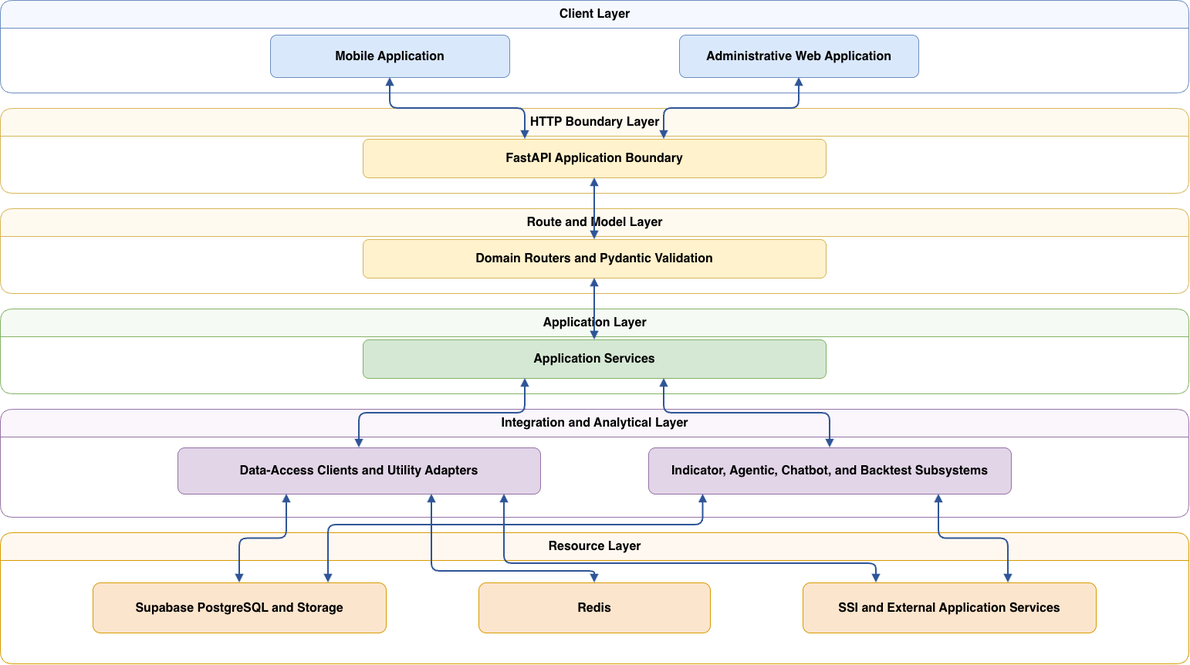
Earlier version of the draw.io export report/figures/chapter4/stockrium_backend_layered_design.png (lqhuy04/Thesis-22125031-22125035). Source tidied: cells renumbered, new cells last; positions are measured from the earlier drawing's top-left corner, leaving out a move shared by most shapes.
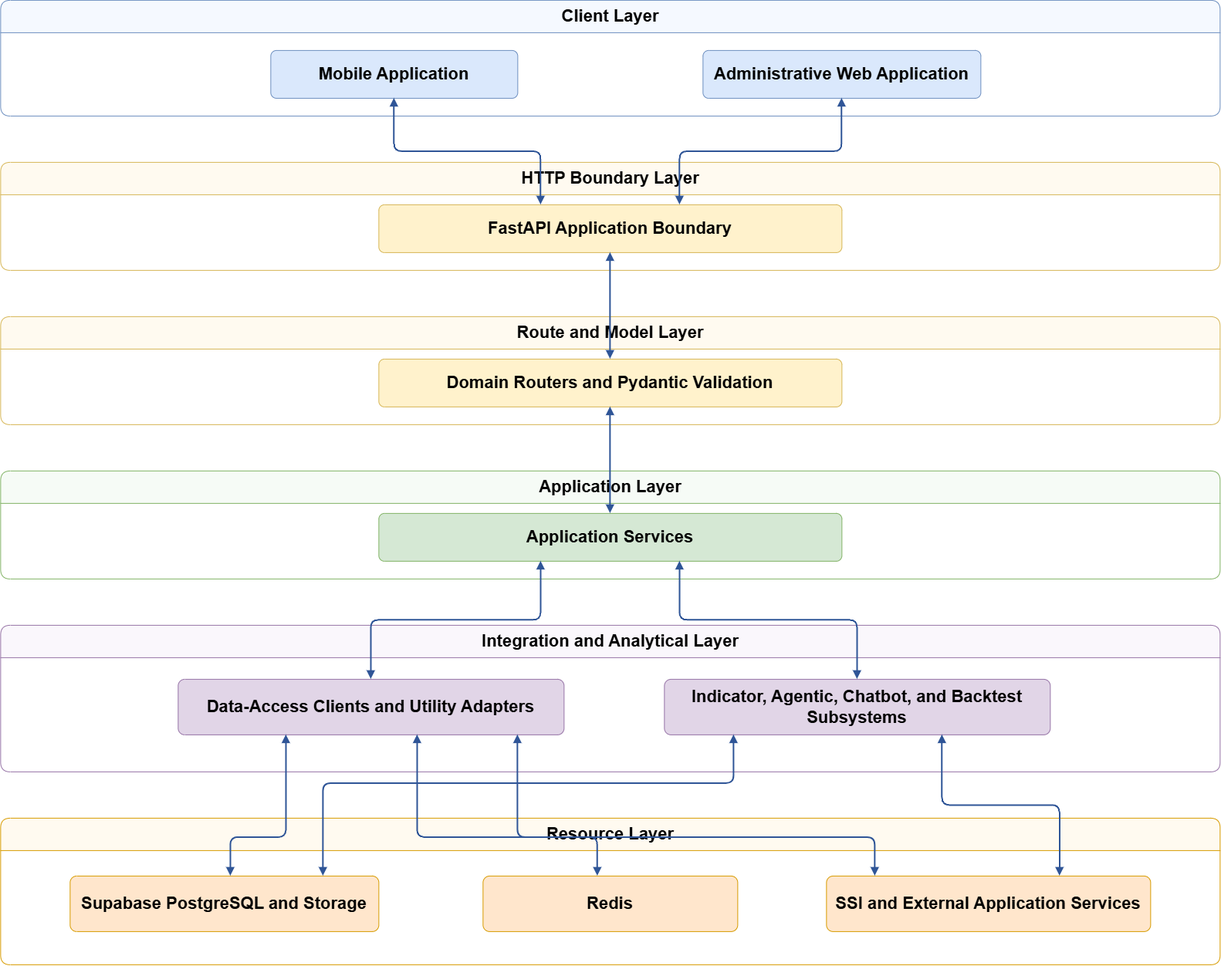
Above is the later version.

The edit, as a diff of the source:
```diff
@@ -2,101 +2,105 @@
   <root>
     <mxCell id="0" />
     <mxCell id="1" parent="0" />
-    <mxCell id="2" value="Client Layer" style="swimlane;html=1;rounded=1;startSize=36;horizontal=1;fillColor=#f5f9ff;strokeColor=#6c8ebf;fontStyle=1;fontSize=16;" parent="1" vertex="1">
-      <mxGeometry width="1540" height="120" as="geometry" />
+    <mxCell id="2" value="Client Layer" style="swimlane;html=1;rounded=1;startSize=42;horizontal=1;fillColor=#f5f9ff;swimlaneFillColor=#ffffff;strokeColor=#6c8ebf;fontStyle=1;fontSize=22;arcSize=10;" parent="1" vertex="1">
+      <mxGeometry x="-20" y="-20" width="1580" height="150" as="geometry" />
     </mxCell>
-    <mxCell id="3" value="HTTP Boundary Layer" style="swimlane;html=1;rounded=1;startSize=36;horizontal=1;fillColor=#fffaf0;strokeColor=#d6b656;fontStyle=1;fontSize=16;" parent="1" vertex="1">
-      <mxGeometry y="140" width="1540" height="110" as="geometry" />
+    <mxCell id="3" value="HTTP Boundary Layer" style="swimlane;html=1;rounded=1;startSize=42;horizontal=1;fillColor=#fffaf0;swimlaneFillColor=#ffffff;strokeColor=#d6b656;fontStyle=1;fontSize=22;arcSize=10;" parent="1" vertex="1">
+      <mxGeometry x="-20" y="190" width="1580" height="140" as="geometry" />
     </mxCell>
-    <mxCell id="4" value="Route and Model Layer" style="swimlane;html=1;rounded=1;startSize=36;horizontal=1;fillColor=#fffaf0;strokeColor=#d6b656;fontStyle=1;fontSize=16;" parent="1" vertex="1">
-      <mxGeometry y="270" width="1540" height="110" as="geometry" />
+    <mxCell id="4" value="Route and Model Layer" style="swimlane;html=1;rounded=1;startSize=42;horizontal=1;fillColor=#fffaf0;swimlaneFillColor=#ffffff;strokeColor=#d6b656;fontStyle=1;fontSize=22;arcSize=10;" parent="1" vertex="1">
+      <mxGeometry x="-20" y="390" width="1580" height="140" as="geometry" />
     </mxCell>
-    <mxCell id="5" value="Application Layer" style="swimlane;html=1;rounded=1;startSize=36;horizontal=1;fillColor=#f5fbf4;strokeColor=#82b366;fontStyle=1;fontSize=16;" parent="1" vertex="1">
-      <mxGeometry y="400" width="1540" height="110" as="geometry" />
+    <mxCell id="5" value="Application Layer" style="swimlane;html=1;rounded=1;startSize=42;horizontal=1;fillColor=#f6fbf6;swimlaneFillColor=#ffffff;strokeColor=#82b366;fontStyle=1;fontSize=22;arcSize=10;" parent="1" vertex="1">
+      <mxGeometry x="-20" y="590" width="1580" height="140" as="geometry" />
     </mxCell>
-    <mxCell id="6" value="Integration and Analytical Layer" style="swimlane;html=1;rounded=1;startSize=36;horizontal=1;fillColor=#faf6fc;strokeColor=#9673a6;fontStyle=1;fontSize=16;" parent="1" vertex="1">
-      <mxGeometry y="530" width="1540" height="140" as="geometry" />
+    <mxCell id="6" value="Integration and Analytical Layer" style="swimlane;html=1;rounded=1;startSize=42;horizontal=1;fillColor=#faf7fc;swimlaneFillColor=#ffffff;strokeColor=#9673a6;fontStyle=1;fontSize=22;arcSize=10;" parent="1" vertex="1">
+      <mxGeometry x="-20" y="790" width="1580" height="190" as="geometry" />
     </mxCell>
-    <mxCell id="7" value="Resource Layer" style="swimlane;html=1;rounded=1;startSize=36;horizontal=1;fillColor=#fff8f0;strokeColor=#d79b00;fontStyle=1;fontSize=16;" parent="1" vertex="1">
-      <mxGeometry y="690" width="1540" height="170" as="geometry" />
+    <mxCell id="7" value="Resource Layer" style="swimlane;html=1;rounded=1;startSize=42;horizontal=1;fillColor=#fffaf0;swimlaneFillColor=#ffffff;strokeColor=#d79b00;fontStyle=1;fontSize=22;arcSize=10;" parent="1" vertex="1">
+      <mxGeometry x="-20" y="1040" width="1580" height="190" as="geometry" />
     </mxCell>
-    <mxCell id="8" value="&lt;b&gt;Mobile Application&lt;/b&gt;" style="rounded=1;whiteSpace=wrap;html=1;fillColor=#dae8fc;strokeColor=#6c8ebf;fontSize=16;" parent="1" vertex="1">
-      <mxGeometry x="350" y="45" width="310" height="55" as="geometry" />
+    <mxCell id="8" value="Mobile Application" style="rounded=1;whiteSpace=wrap;html=1;fillColor=#dae8fc;strokeColor=#6c8ebf;fontSize=22;spacing=10;fontStyle=1;arcSize=12;" parent="1" vertex="1">
+      <mxGeometry x="330" y="45" width="320" height="62" as="geometry" />
     </mxCell>
-    <mxCell id="9" value="&lt;b&gt;Administrative Web Application&lt;/b&gt;" style="rounded=1;whiteSpace=wrap;html=1;fillColor=#dae8fc;strokeColor=#6c8ebf;fontSize=16;" parent="1" vertex="1">
-      <mxGeometry x="880" y="45" width="310" height="55" as="geometry" />
+    <mxCell id="9" value="Administrative Web Application" style="rounded=1;whiteSpace=wrap;html=1;fillColor=#dae8fc;strokeColor=#6c8ebf;fontSize=22;spacing=10;fontStyle=1;arcSize=12;" parent="1" vertex="1">
+      <mxGeometry x="890" y="45" width="360" height="62" as="geometry" />
     </mxCell>
-    <mxCell id="10" value="&lt;b&gt;FastAPI Application Boundary&lt;/b&gt;" style="rounded=1;whiteSpace=wrap;html=1;fillColor=#fff2cc;strokeColor=#d6b656;fontSize=16;" parent="1" vertex="1">
-      <mxGeometry x="470" y="180" width="600" height="50" as="geometry" />
+    <mxCell id="10" value="FastAPI Application Boundary" style="rounded=1;whiteSpace=wrap;html=1;fillColor=#fff2cc;strokeColor=#d6b656;fontSize=22;spacing=10;fontStyle=1;arcSize=12;" parent="1" vertex="1">
+      <mxGeometry x="470" y="245" width="600" height="62" as="geometry" />
     </mxCell>
-    <mxCell id="11" value="&lt;b&gt;Domain Routers and Pydantic Validation&lt;/b&gt;" style="rounded=1;whiteSpace=wrap;html=1;fillColor=#fff2cc;strokeColor=#d6b656;fontSize=16;" parent="1" vertex="1">
-      <mxGeometry x="470" y="310" width="600" height="50" as="geometry" />
+    <mxCell id="11" value="Domain Routers and Pydantic Validation" style="rounded=1;whiteSpace=wrap;html=1;fillColor=#fff2cc;strokeColor=#d6b656;fontSize=22;spacing=10;fontStyle=1;arcSize=12;" parent="1" vertex="1">
+      <mxGeometry x="470" y="445" width="600" height="62" as="geometry" />
     </mxCell>
-    <mxCell id="12" value="&lt;b&gt;Application Services&lt;/b&gt;" style="rounded=1;whiteSpace=wrap;html=1;fillColor=#d5e8d4;strokeColor=#82b366;fontSize=16;" parent="1" vertex="1">
-      <mxGeometry x="470" y="440" width="600" height="50" as="geometry" />
+    <mxCell id="12" value="Application Services" style="rounded=1;whiteSpace=wrap;html=1;fillColor=#d5e8d4;strokeColor=#82b366;fontSize=22;spacing=10;fontStyle=1;arcSize=12;" parent="1" vertex="1">
+      <mxGeometry x="470" y="645" width="600" height="62" as="geometry" />
     </mxCell>
-    <mxCell id="13" value="&lt;b&gt;Data-Access Clients and Utility Adapters&lt;/b&gt;" style="rounded=1;whiteSpace=wrap;html=1;fillColor=#e1d5e7;strokeColor=#9673a6;fontSize=16;" parent="1" vertex="1">
-      <mxGeometry x="230" y="580" width="470" height="60" as="geometry" />
+    <mxCell id="13" value="Data-Access Clients and Utility Adapters" style="rounded=1;whiteSpace=wrap;html=1;fillColor=#e1d5e7;strokeColor=#9673a6;fontSize=22;spacing=10;fontStyle=1;arcSize=12;" parent="1" vertex="1">
+      <mxGeometry x="210" y="860" width="500" height="72" as="geometry" />
     </mxCell>
-    <mxCell id="14" value="&lt;b&gt;Indicator, Agentic, Chatbot, and Backtest Subsystems&lt;/b&gt;" style="rounded=1;whiteSpace=wrap;html=1;fillColor=#e1d5e7;strokeColor=#9673a6;fontSize=16;" parent="1" vertex="1">
-      <mxGeometry x="840" y="580" width="470" height="60" as="geometry" />
+    <mxCell id="14" value="Indicator, Agentic, Chatbot, and Backtest Subsystems" style="rounded=1;whiteSpace=wrap;html=1;fillColor=#e1d5e7;strokeColor=#9673a6;fontSize=22;spacing=10;fontStyle=1;arcSize=12;" parent="1" vertex="1">
+      <mxGeometry x="840" y="860" width="500" height="72" as="geometry" />
     </mxCell>
-    <mxCell id="15" value="&lt;b&gt;Supabase PostgreSQL and Storage&lt;/b&gt;" style="rounded=1;whiteSpace=wrap;html=1;fillColor=#fce5cd;strokeColor=#d79b00;fontSize=16;" parent="1" vertex="1">
-      <mxGeometry x="120" y="755" width="380" height="65" as="geometry" />
+    <mxCell id="15" value="Supabase PostgreSQL and Storage" style="rounded=1;whiteSpace=wrap;html=1;fillColor=#ffe6cc;strokeColor=#d79b00;fontSize=22;spacing=10;fontStyle=1;arcSize=12;" parent="1" vertex="1">
+      <mxGeometry x="70" y="1115" width="400" height="72" as="geometry" />
     </mxCell>
-    <mxCell id="16" value="&lt;b&gt;Redis&lt;/b&gt;" style="rounded=1;whiteSpace=wrap;html=1;fillColor=#fce5cd;strokeColor=#d79b00;fontSize=16;" parent="1" vertex="1">
-      <mxGeometry x="620" y="755" width="300" height="65" as="geometry" />
+    <mxCell id="16" value="Redis" style="rounded=1;whiteSpace=wrap;html=1;fillColor=#ffe6cc;strokeColor=#d79b00;fontSize=22;spacing=10;fontStyle=1;arcSize=12;" parent="1" vertex="1">
+      <mxGeometry x="605" y="1115" width="330" height="72" as="geometry" />
     </mxCell>
-    <mxCell id="17" value="&lt;b&gt;SSI and External Application Services&lt;/b&gt;" style="rounded=1;whiteSpace=wrap;html=1;fillColor=#fce5cd;strokeColor=#d79b00;fontSize=16;" parent="1" vertex="1">
-      <mxGeometry x="1040" y="755" width="380" height="65" as="geometry" />
+    <mxCell id="17" value="SSI and External Application Services" style="rounded=1;whiteSpace=wrap;html=1;fillColor=#ffe6cc;strokeColor=#d79b00;fontSize=22;spacing=10;fontStyle=1;arcSize=12;" parent="1" vertex="1">
+      <mxGeometry x="1050" y="1115" width="420" height="72" as="geometry" />
     </mxCell>
-    <mxCell id="18" style="edgeStyle=orthogonalEdgeStyle;rounded=1;jettySize=auto;html=1;startArrow=block;startFill=1;endArrow=block;endFill=1;strokeColor=#2f5597;strokeWidth=2;exitX=0.5;exitY=1;entryX=0.35;entryY=0;fontSize=16;" parent="1" edge="1" source="8" target="10">
+    <mxCell id="18" style="edgeStyle=orthogonalEdgeStyle;rounded=1;jettySize=auto;html=1;startArrow=block;startFill=1;endArrow=block;endFill=1;strokeColor=#2f5597;strokeWidth=2;exitX=0.5;exitY=1;entryX=0.35;entryY=0;fontSize=22;" parent="1" edge="1" source="8" target="10">
       <mxGeometry relative="1" as="geometry" />
     </mxCell>
-    <mxCell id="19" style="edgeStyle=orthogonalEdgeStyle;rounded=1;jettySize=auto;html=1;startArrow=block;startFill=1;endArrow=block;endFill=1;strokeColor=#2f5597;strokeWidth=2;exitX=0.5;exitY=1;entryX=0.65;entryY=0;fontSize=16;" parent="1" edge="1" source="9" target="10">
+    <mxCell id="19" style="edgeStyle=orthogonalEdgeStyle;rounded=1;jettySize=auto;html=1;startArrow=block;startFill=1;endArrow=block;endFill=1;strokeColor=#2f5597;strokeWidth=2;exitX=0.5;exitY=1;entryX=0.65;entryY=0;fontSize=22;" parent="1" edge="1" source="9" target="10">
       <mxGeometry relative="1" as="geometry" />
     </mxCell>
-    <mxCell id="20" style="edgeStyle=orthogonalEdgeStyle;rounded=1;jettySize=auto;html=1;startArrow=block;startFill=1;endArrow=block;endFill=1;strokeColor=#2f5597;strokeWidth=2;exitX=0.5;exitY=1;entryX=0.5;entryY=0;fontSize=16;" parent="1" edge="1" source="10" target="11">
+    <mxCell id="20" style="edgeStyle=orthogonalEdgeStyle;rounded=1;jettySize=auto;html=1;startArrow=block;startFill=1;endArrow=block;endFill=1;strokeColor=#2f5597;strokeWidth=2;exitX=0.5;exitY=1;entryX=0.5;entryY=0;fontSize=22;" parent="1" edge="1" source="10" target="11">
       <mxGeometry relative="1" as="geometry" />
     </mxCell>
-    <mxCell id="21" style="edgeStyle=orthogonalEdgeStyle;rounded=1;jettySize=auto;html=1;startArrow=block;startFill=1;endArrow=block;endFill=1;strokeColor=#2f5597;strokeWidth=2;exitX=0.5;exitY=1;entryX=0.5;entryY=0;fontSize=16;" parent="1" edge="1" source="11" target="12">
+    <mxCell id="21" style="edgeStyle=orthogonalEdgeStyle;rounded=1;jettySize=auto;html=1;startArrow=block;startFill=1;endArrow=block;endFill=1;strokeColor=#2f5597;strokeWidth=2;exitX=0.5;exitY=1;entryX=0.5;entryY=0;fontSize=22;" parent="1" edge="1" source="11" target="12">
       <mxGeometry relative="1" as="geometry" />
     </mxCell>
-    <mxCell id="22" style="edgeStyle=orthogonalEdgeStyle;rounded=1;jettySize=auto;html=1;startArrow=block;startFill=1;endArrow=block;endFill=1;strokeColor=#2f5597;strokeWidth=2;exitX=0.35;exitY=1;entryX=0.5;entryY=0;fontSize=16;" parent="1" edge="1" source="12" target="13">
+    <mxCell id="22" style="edgeStyle=orthogonalEdgeStyle;rounded=1;jettySize=auto;html=1;startArrow=block;startFill=1;endArrow=block;endFill=1;strokeColor=#2f5597;strokeWidth=2;exitX=0.35;exitY=1;entryX=0.5;entryY=0;fontSize=22;" parent="1" edge="1" source="12" target="13">
       <mxGeometry relative="1" as="geometry" />
     </mxCell>
-    <mxCell id="23" style="edgeStyle=orthogonalEdgeStyle;rounded=1;jettySize=auto;html=1;startArrow=block;startFill=1;endArrow=block;endFill=1;strokeColor=#2f5597;strokeWidth=2;exitX=0.65;exitY=1;entryX=0.5;entryY=0;fontSize=16;" parent="1" edge="1" source="12" target="14">
+    <mxCell id="23" style="edgeStyle=orthogonalEdgeStyle;rounded=1;jettySize=auto;html=1;startArrow=block;startFill=1;endArrow=block;endFill=1;strokeColor=#2f5597;strokeWidth=2;exitX=0.65;exitY=1;entryX=0.5;entryY=0;fontSize=22;" parent="1" edge="1" source="12" target="14">
       <mxGeometry relative="1" as="geometry" />
     </mxCell>
-    <mxCell id="24" style="edgeStyle=orthogonalEdgeStyle;rounded=1;jettySize=auto;html=1;startArrow=block;startFill=1;endArrow=block;endFill=1;strokeColor=#2f5597;strokeWidth=2;exitX=0.3;exitY=1;entryX=0.5;entryY=0;fontSize=16;" parent="1" edge="1" source="13" target="15">
-      <mxGeometry relative="1" as="geometry" />
+    <mxCell id="24" style="edgeStyle=orthogonalEdgeStyle;rounded=1;jettySize=auto;html=1;startArrow=block;startFill=1;endArrow=block;endFill=1;strokeColor=#2f5597;strokeWidth=2;exitX=0.28;exitY=1;entryX=0.52;entryY=0;fontSize=22;" parent="1" edge="1" source="13" target="15">
+      <mxGeometry relative="1" as="geometry">
+        <Array as="points">
+          <mxPoint x="350" y="1065" />
+          <mxPoint x="278" y="1065" />
+        </Array>
+      </mxGeometry>
     </mxCell>
-    <mxCell id="25" style="edgeStyle=orthogonalEdgeStyle;rounded=1;jettySize=auto;html=1;startArrow=block;startFill=1;endArrow=block;endFill=1;strokeColor=#2f5597;strokeWidth=2;exitX=0.7;exitY=1;entryX=0.5;entryY=0;fontSize=16;" parent="1" edge="1" source="13" target="16">
+    <mxCell id="25" style="edgeStyle=orthogonalEdgeStyle;rounded=1;jettySize=auto;html=1;startArrow=block;startFill=1;endArrow=block;endFill=1;strokeColor=#2f5597;strokeWidth=2;exitX=0.62;exitY=1;entryX=0.45;entryY=0;fontSize=22;" parent="1" edge="1" source="13" target="16">
       <mxGeometry relative="1" as="geometry">
         <Array as="points">
-          <mxPoint x="559" y="740" />
-          <mxPoint x="770" y="740" />
+          <mxPoint x="520" y="1065" />
+          <mxPoint x="754" y="1065" />
         </Array>
       </mxGeometry>
     </mxCell>
-    <mxCell id="26" style="edgeStyle=orthogonalEdgeStyle;rounded=1;jettySize=auto;html=1;startArrow=block;startFill=1;endArrow=block;endFill=1;strokeColor=#2f5597;strokeWidth=2;exitX=0.9;exitY=1;entryX=0.25;entryY=0;fontSize=16;" parent="1" edge="1" source="13" target="17">
+    <mxCell id="26" style="edgeStyle=orthogonalEdgeStyle;rounded=1;jettySize=auto;html=1;startArrow=block;startFill=1;endArrow=block;endFill=1;strokeColor=#2f5597;strokeWidth=2;exitX=0.88;exitY=1;entryX=0.15;entryY=0;fontSize=22;" parent="1" edge="1" source="13" target="17">
       <mxGeometry relative="1" as="geometry">
         <Array as="points">
-          <mxPoint x="653" y="730" />
-          <mxPoint x="1135" y="730" />
+          <mxPoint x="650" y="1065" />
+          <mxPoint x="1113" y="1065" />
         </Array>
       </mxGeometry>
     </mxCell>
-    <mxCell id="27" style="edgeStyle=orthogonalEdgeStyle;rounded=1;jettySize=auto;html=1;startArrow=block;startFill=1;endArrow=block;endFill=1;strokeColor=#2f5597;strokeWidth=2;exitX=0.15;exitY=1;entryX=0.8;entryY=0;fontSize=16;" parent="1" edge="1" source="14" target="15">
+    <mxCell id="27" style="edgeStyle=orthogonalEdgeStyle;rounded=1;jettySize=auto;html=1;startArrow=block;startFill=1;endArrow=block;endFill=1;strokeColor=#2f5597;strokeWidth=2;exitX=0.18;exitY=1;entryX=0.82;entryY=0;fontSize=22;" parent="1" edge="1" source="14" target="15">
       <mxGeometry relative="1" as="geometry">
         <Array as="points">
-          <mxPoint x="911" y="680" />
-          <mxPoint x="425" y="680" />
-          <mxPoint x="425" y="755" />
+          <mxPoint x="930" y="995" />
+          <mxPoint x="398" y="995" />
         </Array>
       </mxGeometry>
     </mxCell>
-    <mxCell id="28" style="edgeStyle=orthogonalEdgeStyle;rounded=1;jettySize=auto;html=1;startArrow=block;startFill=1;endArrow=block;endFill=1;strokeColor=#2f5597;strokeWidth=2;exitX=0.8;exitY=1;entryX=0.7;entryY=0;fontSize=16;" parent="1" edge="1" source="14" target="17">
+    <mxCell id="28" style="edgeStyle=orthogonalEdgeStyle;rounded=1;jettySize=auto;html=1;startArrow=block;startFill=1;endArrow=block;endFill=1;strokeColor=#2f5597;strokeWidth=2;exitX=0.72;exitY=1;entryX=0.72;entryY=0;fontSize=22;" parent="1" edge="1" source="14" target="17">
       <mxGeometry relative="1" as="geometry" />
     </mxCell>
   </root>
```
